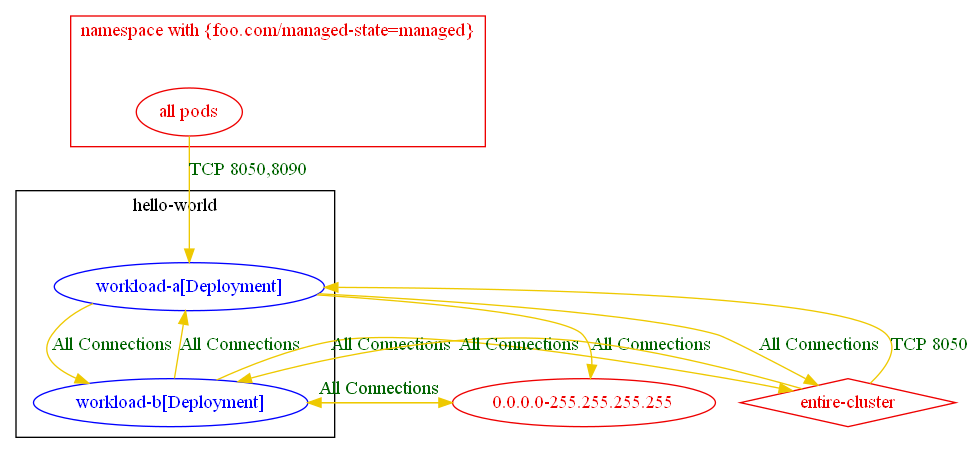
np-guard/netpol-analyzer keeps this Graphviz diagram as test_outputs/connlist/exposure_test_new_namespace_conn_and_entire_cluster_connlist_output.dot.png. Above is the earlier version. Its source is kept beside it as test_outputs/connlist/exposure_test_new_namespace_conn_and_entire_cluster_connlist_output.dot.
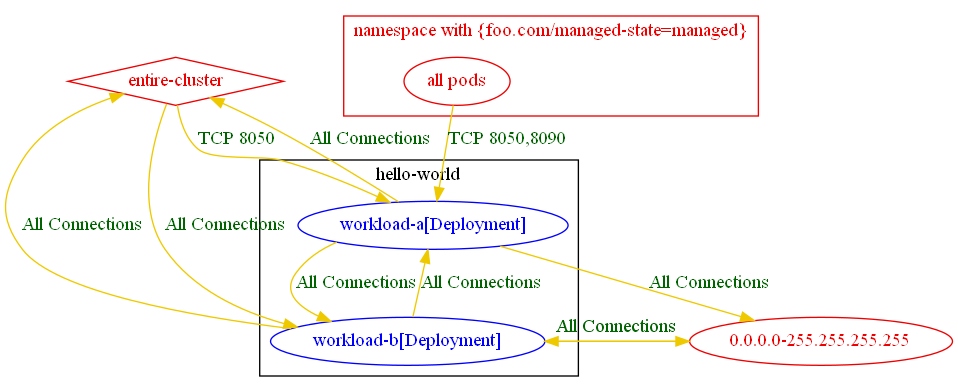
Later version of the same file.

Diff of the diagram source:
```diff
@@ -15,13 +15,13 @@
 	"0.0.0.0-255.255.255.255" [label="0.0.0.0-255.255.255.255" color="red2" fontcolor="red2"]
 	"entire-cluster" [label="entire-cluster" color="red2" fontcolor="red2" shape=diamond]
 	"0.0.0.0-255.255.255.255" -> "hello-world/workload-b[Deployment]" [label="All Connections" color="gold2" fontcolor="darkgreen"]
-	"all pods_in_namespace with {foo.com/managed-state=managed}" -> "hello-world/workload-a[Deployment]" [label="TCP 8050,8090" color="gold2" fontcolor="darkgreen"]
-	"entire-cluster" -> "hello-world/workload-a[Deployment]" [label="TCP 8050" color="gold2" fontcolor="darkgreen"]
-	"entire-cluster" -> "hello-world/workload-b[Deployment]" [label="All Connections" color="gold2" fontcolor="darkgreen"]
+	"all pods_in_namespace with {foo.com/managed-state=managed}" -> "hello-world/workload-a[Deployment]" [label="TCP 8050,8090" color="gold2" fontcolor="darkgreen" weight=1]
+	"entire-cluster" -> "hello-world/workload-a[Deployment]" [label="TCP 8050" color="gold2" fontcolor="darkgreen" weight=1]
+	"entire-cluster" -> "hello-world/workload-b[Deployment]" [label="All Connections" color="gold2" fontcolor="darkgreen" weight=1]
 	"hello-world/workload-a[Deployment]" -> "0.0.0.0-255.255.255.255" [label="All Connections" color="gold2" fontcolor="darkgreen"]
-	"hello-world/workload-a[Deployment]" -> "entire-cluster" [label="All Connections" color="gold2" fontcolor="darkgreen"]
+	"hello-world/workload-a[Deployment]" -> "entire-cluster" [label="All Connections" color="gold2" fontcolor="darkgreen" weight=0.5]
 	"hello-world/workload-a[Deployment]" -> "hello-world/workload-b[Deployment]" [label="All Connections" color="gold2" fontcolor="darkgreen"]
 	"hello-world/workload-b[Deployment]" -> "0.0.0.0-255.255.255.255" [label="All Connections" color="gold2" fontcolor="darkgreen"]
-	"hello-world/workload-b[Deployment]" -> "entire-cluster" [label="All Connections" color="gold2" fontcolor="darkgreen"]
+	"hello-world/workload-b[Deployment]" -> "entire-cluster" [label="All Connections" color="gold2" fontcolor="darkgreen" weight=0.5]
 	"hello-world/workload-b[Deployment]" -> "hello-world/workload-a[Deployment]" [label="All Connections" color="gold2" fontcolor="darkgreen"]
 }
```
